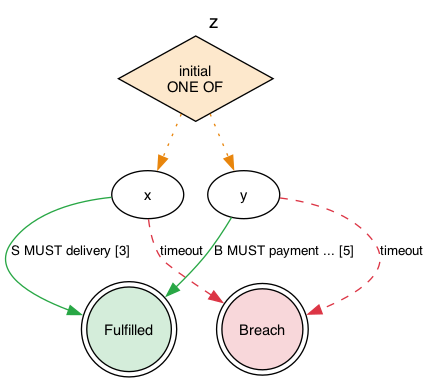
Earlier version of the Graphviz export jl4/examples/state-graphs/z.png (legalese/l4-ide). Its source is kept beside it as jl4/examples/state-graphs/z.dot. Source of this version:
```dot
digraph {
    graph [rankdir=TB
          ,label=z
          ,labelloc=t
          ,fontname=Helvetica
          ,fontsize=14];
    node [fontname=Helvetica
         ,fontsize=11];
    edge [fontname=Helvetica
         ,fontsize=10];
    0 [label="initial\nONE OF"
      ,fillcolor=white
      ,style=filled
      ,shape=diamond
      ,fillcolor="#fde8cc"];
    1 [label=x
      ,fillcolor=white
      ,style=filled
      ,shape=ellipse
      ,fillcolor="#ffffff"];
    2 [label=Fulfilled
      ,fillcolor=white
      ,style=filled
      ,shape=doublecircle
      ,fillcolor="#d4edda"];
    3 [label=Breach
      ,fillcolor=white
      ,style=filled
      ,shape=doublecircle
      ,fillcolor="#f8d7da"];
    4 [label=y
      ,fillcolor=white
      ,style=filled
      ,shape=ellipse
      ,fillcolor="#ffffff"];
    0 -> 1 [label=""
           ,color="#e8850c"
           ,style=dotted];
    0 -> 4 [label=""
           ,color="#e8850c"
           ,style=dotted];
    1 -> 2 [label="S MUST delivery [3]"
           ,color="#28a745"
           ,style=solid];
    1 -> 3 [label=timeout
           ,color="#dc3545"
           ,style=dashed];
    4 -> 2 [label="B MUST payment ... [5]"
           ,color="#28a745"
           ,style=solid];
    4 -> 3 [label=timeout
           ,color="#dc3545"
           ,style=dashed];
}
```
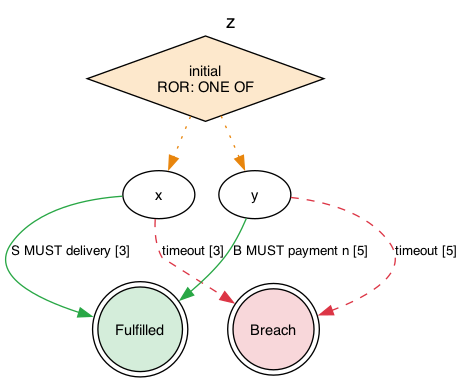
Above is the later version.

The edit, as a diff of the source:
```diff
@@ -8,7 +8,7 @@
          ,fontsize=11];
     edge [fontname=Helvetica
          ,fontsize=10];
-    0 [label="initial\nONE OF"
+    0 [label="initial\nROR: ONE OF"
       ,fillcolor=white
       ,style=filled
       ,shape=diamond
@@ -42,13 +42,13 @@
     1 -> 2 [label="S MUST delivery [3]"
            ,color="#28a745"
            ,style=solid];
-    1 -> 3 [label=timeout
+    1 -> 3 [label="timeout [3]"
            ,color="#dc3545"
            ,style=dashed];
-    4 -> 2 [label="B MUST payment ... [5]"
+    4 -> 2 [label="B MUST payment n [5]"
            ,color="#28a745"
            ,style=solid];
-    4 -> 3 [label=timeout
+    4 -> 3 [label="timeout [5]"
            ,color="#dc3545"
            ,style=dashed];
 }
```
